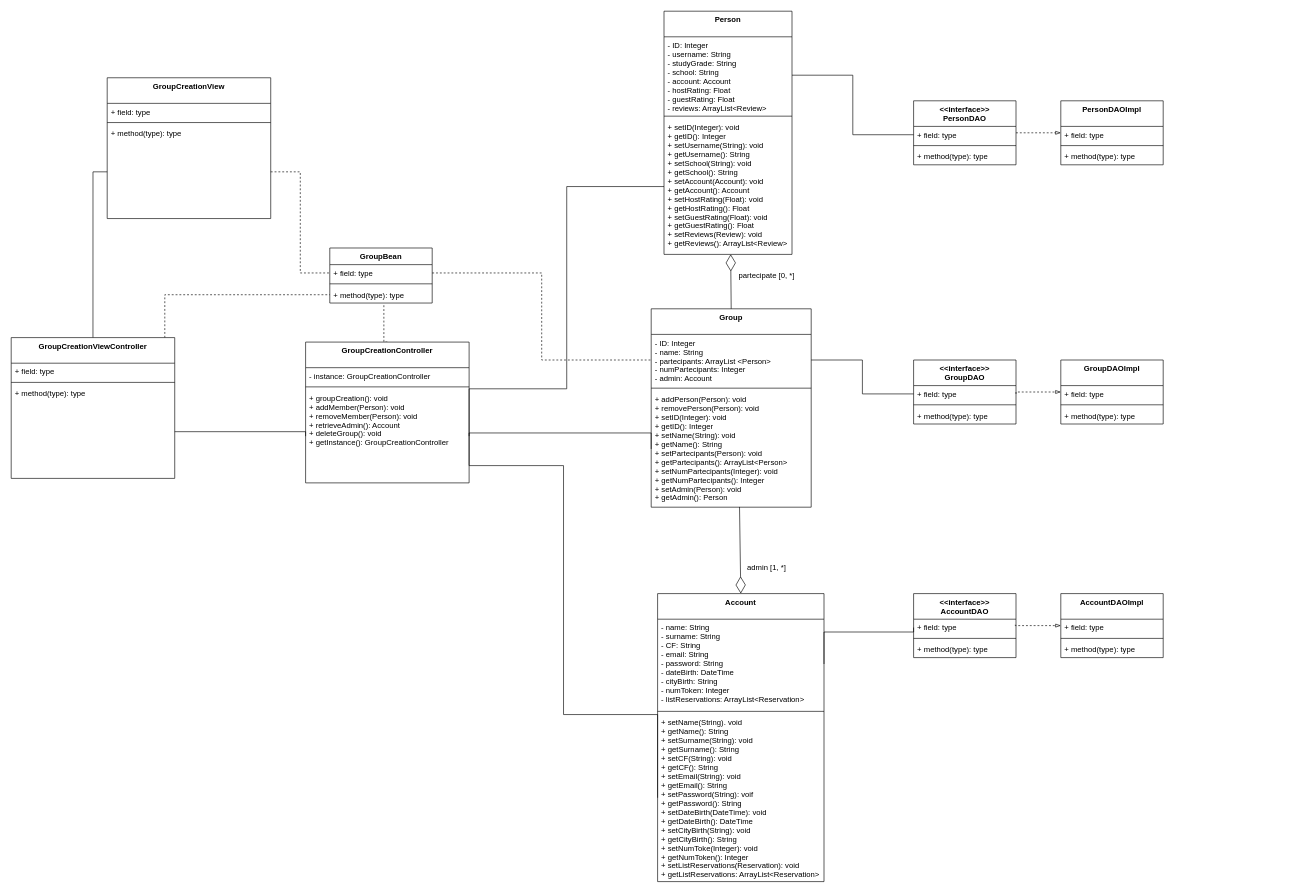
Before: Deliverables/Design Level Class Diagram/DLCD Create Study Group Dalena.drawio in nic-agos/DoveStudi, a draw.io diagram. Source tidied: cells renumbered, new cells numbered last; positions are measured from the earlier drawing's top-left corner, leaving out a move shared by most shapes. Both pictures are drawn from the tidied source at 64%, with x=0, y=0 at pixel (11, 11).
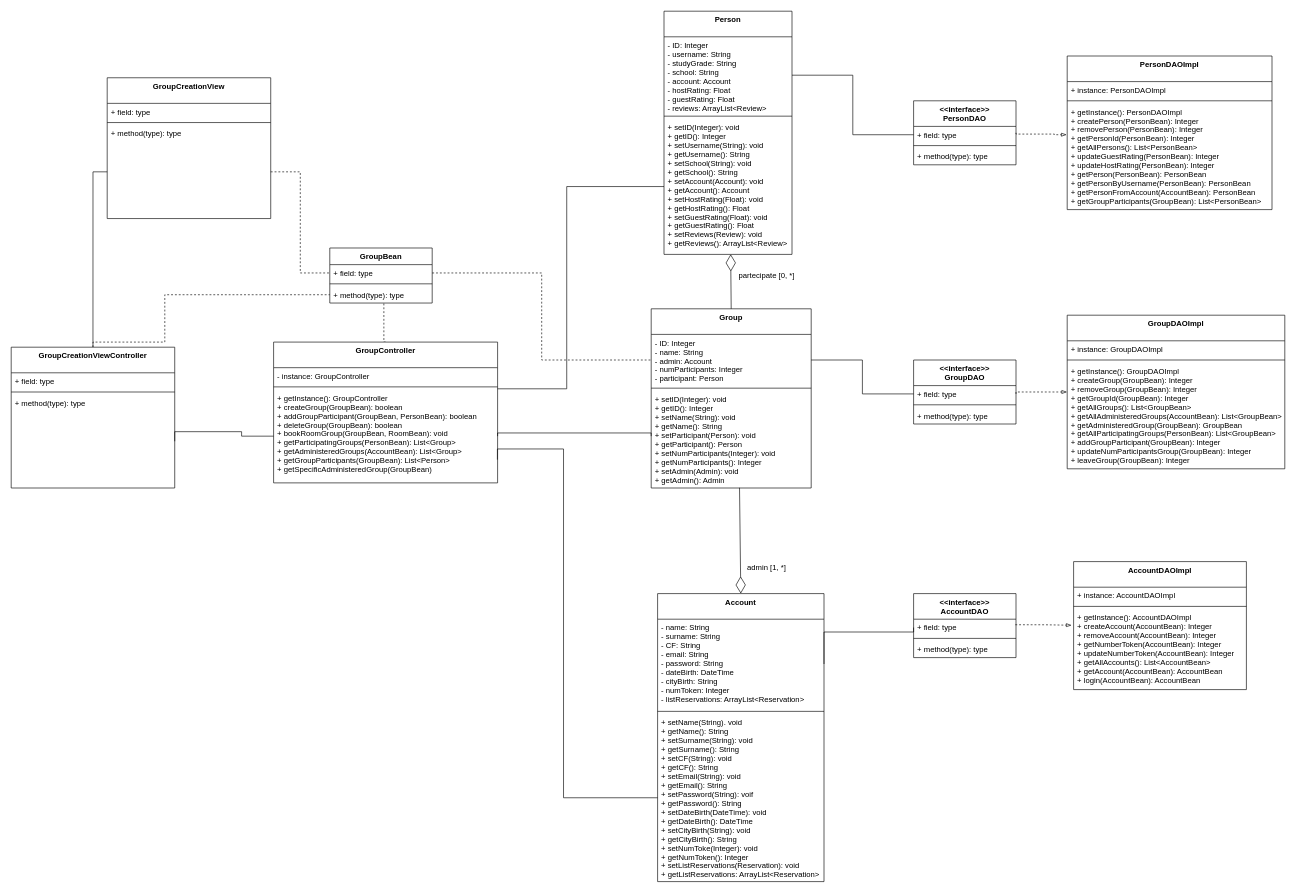
The same diagram, later.

The change refers to these unchanged cells:
```xml
<mxCell id="5" value="+ setName(String). void&#10;+ getName(): String&#10;+ setSurname(String): void&#10;+ getSurname(): String&#10;+ setCF(String): void&#10;+ getCF(): String&#10;+ setEmail(String): void&#10;+ getEmail(): String&#10;+ setPassword(String): voif&#10;+ getPassword(): String&#10;+ setDateBirth(DateTime): void&#10;+ getDateBirth(): DateTime&#10;+ setCityBirth(String): void&#10;+ getCityBirth(): String&#10;+ setNumToke(Integer): void&#10;+ getNumToken(): Integer&#10;+ setListReservations(Reservation): void&#10;+ getListReservations: ArrayList&lt;Reservation&gt;&#10;&#10;" style="text;strokeColor=none;fillColor=none;align=left;verticalAlign=top;spacingLeft=4;spacingRight=4;overflow=hidden;points=[[0,0.5],[1,0.5]];portConstraint=eastwest;" parent="2" vertex="1">
  <mxGeometry y="188" width="260" height="262" as="geometry" />
</mxCell>
<mxCell id="13" value="+ setID(Integer): void&#10;+ getID(): Integer&#10;+ setUsername(String): void&#10;+ getUsername(): String&#10;+ setSchool(String): void&#10;+ getSchool(): String&#10;+ setAccount(Account): void&#10;+ getAccount(): Account&#10;+ setHostRating(Float): void&#10;+ getHostRating(): Float&#10;+ setGuestRating(Float): void&#10;+ getGuestRating(): Float&#10;+ setReviews(Review): void&#10;+ getReviews(): ArrayList&lt;Review&gt;" style="text;strokeColor=none;fillColor=none;align=left;verticalAlign=top;spacingLeft=4;spacingRight=4;overflow=hidden;points=[[0,0.5],[1,0.5]];portConstraint=eastwest;" parent="10" vertex="1">
  <mxGeometry y="168" width="200" height="212" as="geometry" />
</mxCell>
<mxCell id="19" value="&lt;&lt;interface&gt;&gt;&#10;PersonDAO" style="swimlane;fontStyle=1;align=center;verticalAlign=top;horizontal=1;startSize=40;" parent="1" vertex="1">
  <mxGeometry x="1410" y="140" width="160" height="100" as="geometry" />
</mxCell>
<mxCell id="29" value="+ field: type" style="text;strokeColor=none;fillColor=none;align=left;verticalAlign=top;spacingLeft=4;spacingRight=4;overflow=hidden;points=[[0,0.5],[1,0.5]];portConstraint=eastwest;" parent="28" vertex="1">
  <mxGeometry y="40" width="160" height="26" as="geometry" />
</mxCell>
<mxCell id="38" value="+ field: type" style="text;strokeColor=none;fillColor=none;align=left;verticalAlign=top;spacingLeft=4;spacingRight=4;overflow=hidden;points=[[0,0.5],[1,0.5]];portConstraint=eastwest;" parent="37" vertex="1">
  <mxGeometry y="40" width="160" height="26" as="geometry" />
</mxCell>
<mxCell id="58" value="+ method(type): type" style="text;strokeColor=none;fillColor=none;align=left;verticalAlign=top;spacingLeft=4;spacingRight=4;overflow=hidden;points=[[0,0.5],[1,0.5]];portConstraint=eastwest;" parent="55" vertex="1">
  <mxGeometry y="74" width="255.5" height="146" as="geometry" />
</mxCell>
```

Change to the diagram source:
```diff
@@
     <mxCell id="6" value="Group" style="swimlane;fontStyle=1;align=center;verticalAlign=top;horizontal=1;startSize=40;" parent="1" vertex="1">
-      <mxGeometry x="1000" y="465" width="250" height="310" as="geometry" />
+      <mxGeometry x="1000" y="465" width="250" height="280" as="geometry" />
     </mxCell>
-    <mxCell id="7" value="- ID: Integer&#10;- name: String&#10;- partecipants: ArrayList &lt;Person&gt;&#10;- numPartecipants: Integer&#10;- admin: Account&#10;" style="text;strokeColor=none;fillColor=none;align=left;verticalAlign=top;spacingLeft=4;spacingRight=4;overflow=hidden;points=[[0,0.5],[1,0.5]];portConstraint=eastwest;" parent="6" vertex="1">
+    <mxCell id="7" value="- ID: Integer&#10;- name: String&#10;- admin: Account&#10;- numParticipants: Integer&#10;- participant: Person&#10;" style="text;strokeColor=none;fillColor=none;align=left;verticalAlign=top;spacingLeft=4;spacingRight=4;overflow=hidden;points=[[0,0.5],[1,0.5]];portConstraint=eastwest;" parent="6" vertex="1">
       <mxGeometry y="40" width="250" height="80" as="geometry" />
     </mxCell>
@@
-    <mxCell id="9" value="+ addPerson(Person): void&#10;+ removePerson(Person): void&#10;+ setID(Integer): void&#10;+ getID(): Integer&#10;+ setName(String): void&#10;+ getName(): String&#10;+ setPartecipants(Person): void&#10;+ getPartecipants(): ArrayList&lt;Person&gt;&#10;+ setNumPartecipants(Integer): void&#10;+ getNumPartecipants(): Integer&#10;+ setAdmin(Person): void&#10;+ getAdmin(): Person" style="text;strokeColor=none;fillColor=none;align=left;verticalAlign=top;spacingLeft=4;spacingRight=4;overflow=hidden;points=[[0,0.5],[1,0.5]];portConstraint=eastwest;" parent="6" vertex="1">
-      <mxGeometry y="128" width="250" height="182" as="geometry" />
+    <mxCell id="9" value="+ setID(Integer): void&#10;+ getID(): Integer&#10;+ setName(String): void&#10;+ getName(): String&#10;+ setParticipant(Person): void&#10;+ getParticipant(): Person&#10;+ setNumParticipants(Integer): void&#10;+ getNumParticipants(): Integer&#10;+ setAdmin(Admin): void&#10;+ getAdmin(): Admin" style="text;strokeColor=none;fillColor=none;align=left;verticalAlign=top;spacingLeft=4;spacingRight=4;overflow=hidden;points=[[0,0.5],[1,0.5]];portConstraint=eastwest;" parent="6" vertex="1">
+      <mxGeometry y="128" width="250" height="152" as="geometry" />
     </mxCell>
@@
-    <mxCell id="15" value="GroupCreationController" style="swimlane;fontStyle=1;align=center;verticalAlign=top;horizontal=1;startSize=40;" parent="1" vertex="1">
-      <mxGeometry x="460" y="517" width="255.5" height="220" as="geometry" />
+    <mxCell id="15" value="GroupController" style="swimlane;fontStyle=1;align=center;verticalAlign=top;horizontal=1;startSize=40;" parent="1" vertex="1">
+      <mxGeometry x="410" y="517" width="350" height="220" as="geometry" />
     </mxCell>
-    <mxCell id="16" value="- instance: GroupCreationController" style="text;strokeColor=none;fillColor=none;align=left;verticalAlign=top;spacingLeft=4;spacingRight=4;overflow=hidden;" parent="15" vertex="1">
-      <mxGeometry y="40" width="255.5" height="26" as="geometry" />
+    <mxCell id="16" value="- instance: GroupController" style="text;strokeColor=none;fillColor=none;align=left;verticalAlign=top;spacingLeft=4;spacingRight=4;overflow=hidden;" parent="15" vertex="1">
+      <mxGeometry y="40" width="350" height="26" as="geometry" />
     </mxCell>
     <mxCell id="17" style="line;strokeWidth=1;fillColor=none;align=left;verticalAlign=middle;spacingTop=-1;spacingLeft=3;spacingRight=3;labelPosition=right;" parent="15" vertex="1">
-      <mxGeometry y="66" width="255.5" height="8" as="geometry" />
+      <mxGeometry y="66" width="350" height="8" as="geometry" />
     </mxCell>
-    <mxCell id="18" value="+ groupCreation(): void&#10;+ addMember(Person): void&#10;+ removeMember(Person): void&#10;+ retrieveAdmin(): Account&#10;+ deleteGroup(): void&#10;+ getInstance(): GroupCreationController" style="text;strokeColor=none;fillColor=none;align=left;verticalAlign=top;spacingLeft=4;spacingRight=4;overflow=hidden;points=[[0,0.5],[1,0.5]];portConstraint=eastwest;" parent="15" vertex="1">
-      <mxGeometry y="74" width="255.5" height="146" as="geometry" />
+    <mxCell id="18" value="+ getInstance(): GroupController&#10;+ createGroup(GroupBean): boolean&#10;+ addGroupParticipant(GroupBean, PersonBean): boolean&#10;+ deleteGroup(GroupBean): boolean&#10;+ bookRoomGroup(GroupBean, RoomBean): void&#10;+ getParticipatingGroups(PersonBean): List&lt;Group&gt;&#10;+ getAdministeredGroups(AccountBean): List&lt;Group&gt;&#10;+ getGroupParticipants(GroupBean): List&lt;Person&gt;&#10;+ getSpecificAdministeredGroup(GroupBean)" style="text;strokeColor=none;fillColor=none;align=left;verticalAlign=top;spacingLeft=4;spacingRight=4;overflow=hidden;points=[[0,0.5],[1,0.5]];portConstraint=eastwest;" parent="15" vertex="1">
+      <mxGeometry y="74" width="350" height="146" as="geometry" />
     </mxCell>
@@
-    <mxCell id="23" style="edgeStyle=orthogonalEdgeStyle;rounded=0;jettySize=auto;html=1;endArrow=blockThin;endFill=0;dashed=1;exitX=1;exitY=0.5;exitDx=0;exitDy=0;" parent="1" edge="1" source="19" target="24">
-      <mxGeometry relative="1" as="geometry" />
+    <mxCell id="23" style="edgeStyle=orthogonalEdgeStyle;rounded=0;jettySize=auto;html=1;endArrow=blockThin;endFill=0;dashed=1;exitX=1;exitY=0.5;exitDx=0;exitDy=0;entryX=-0.003;entryY=0.295;entryDx=0;entryDy=0;entryPerimeter=0;" parent="1" edge="1" source="19" target="78">
+      <mxGeometry relative="1" as="geometry">
+        <Array as="points">
+          <mxPoint x="1570" y="192" />
+          <mxPoint x="1630" y="192" />
+        </Array>
+      </mxGeometry>
     </mxCell>
-    <mxCell id="24" value="PersonDAOImpl" style="swimlane;fontStyle=1;align=center;verticalAlign=top;horizontal=1;startSize=40;" parent="1" vertex="1">
-      <mxGeometry x="1640" y="140" width="160" height="100" as="geometry" />
-    </mxCell>
-    <mxCell id="25" value="+ field: type" style="text;strokeColor=none;fillColor=none;align=left;verticalAlign=top;spacingLeft=4;spacingRight=4;overflow=hidden;" parent="24" vertex="1">
-      <mxGeometry y="40" width="160" height="26" as="geometry" />
-    </mxCell>
-    <mxCell id="26" style="line;strokeWidth=1;fillColor=none;align=left;verticalAlign=middle;spacingTop=-1;spacingLeft=3;spacingRight=3;labelPosition=right;" parent="24" vertex="1">
-      <mxGeometry y="66" width="160" height="8" as="geometry" />
-    </mxCell>
-    <mxCell id="27" value="+ method(type): type" style="text;strokeColor=none;fillColor=none;align=left;verticalAlign=top;spacingLeft=4;spacingRight=4;overflow=hidden;" parent="24" vertex="1">
-      <mxGeometry y="74" width="160" height="26" as="geometry" />
-    </mxCell>
@@
-    <mxCell id="32" style="edgeStyle=orthogonalEdgeStyle;rounded=0;jettySize=auto;html=1;endArrow=blockThin;endFill=0;dashed=1;exitX=1;exitY=0.5;exitDx=0;exitDy=0;" parent="1" edge="1" source="29" target="33">
+    <mxCell id="32" style="edgeStyle=orthogonalEdgeStyle;rounded=0;jettySize=auto;html=1;endArrow=blockThin;endFill=0;dashed=1;exitX=1;exitY=0.5;exitDx=0;exitDy=0;entryX=-0.001;entryY=0.277;entryDx=0;entryDy=0;entryPerimeter=0;" parent="1" edge="1" source="29" target="75">
       <mxGeometry relative="1" as="geometry">
         <Array as="points">
           <mxPoint x="1570" y="595" />
         </Array>
       </mxGeometry>
     </mxCell>
-    <mxCell id="33" value="GroupDAOImpl" style="swimlane;fontStyle=1;align=center;verticalAlign=top;horizontal=1;startSize=40;" parent="1" vertex="1">
-      <mxGeometry x="1640" y="545" width="160" height="100" as="geometry" />
-    </mxCell>
-    <mxCell id="34" value="+ field: type" style="text;strokeColor=none;fillColor=none;align=left;verticalAlign=top;spacingLeft=4;spacingRight=4;overflow=hidden;" parent="33" vertex="1">
-      <mxGeometry y="40" width="160" height="26" as="geometry" />
-    </mxCell>
-    <mxCell id="35" style="line;strokeWidth=1;fillColor=none;align=left;verticalAlign=middle;spacingTop=-1;spacingLeft=3;spacingRight=3;labelPosition=right;" parent="33" vertex="1">
-      <mxGeometry y="66" width="160" height="8" as="geometry" />
-    </mxCell>
-    <mxCell id="36" value="+ method(type): type" style="text;strokeColor=none;fillColor=none;align=left;verticalAlign=top;spacingLeft=4;spacingRight=4;overflow=hidden;" parent="33" vertex="1">
-      <mxGeometry y="74" width="160" height="26" as="geometry" />
-    </mxCell>
@@
-    <mxCell id="41" style="edgeStyle=orthogonalEdgeStyle;rounded=0;jettySize=auto;html=1;endArrow=blockThin;endFill=0;dashed=1;exitX=0.993;exitY=0.333;exitDx=0;exitDy=0;exitPerimeter=0;" parent="1" edge="1" source="38" target="42">
-      <mxGeometry relative="1" as="geometry">
-        <Array as="points">
-          <mxPoint x="1569" y="960" />
-        </Array>
-      </mxGeometry>
+    <mxCell id="41" style="edgeStyle=orthogonalEdgeStyle;rounded=0;jettySize=auto;html=1;endArrow=blockThin;endFill=0;dashed=1;exitX=0.993;exitY=0.333;exitDx=0;exitDy=0;exitPerimeter=0;entryX=-0.012;entryY=0.202;entryDx=0;entryDy=0;entryPerimeter=0;" parent="1" edge="1" source="38" target="81">
+      <mxGeometry relative="1" as="geometry" />
     </mxCell>
-    <mxCell id="42" value="AccountDAOImpl" style="swimlane;fontStyle=1;align=center;verticalAlign=top;horizontal=1;startSize=40;" parent="1" vertex="1">
-      <mxGeometry x="1640" y="910" width="160" height="100" as="geometry" />
-    </mxCell>
-    <mxCell id="43" value="+ field: type" style="text;strokeColor=none;fillColor=none;align=left;verticalAlign=top;spacingLeft=4;spacingRight=4;overflow=hidden;" parent="42" vertex="1">
-      <mxGeometry y="40" width="160" height="26" as="geometry" />
-    </mxCell>
-    <mxCell id="44" style="line;strokeWidth=1;fillColor=none;align=left;verticalAlign=middle;spacingTop=-1;spacingLeft=3;spacingRight=3;labelPosition=right;" parent="42" vertex="1">
-      <mxGeometry y="66" width="160" height="8" as="geometry" />
-    </mxCell>
-    <mxCell id="45" value="+ method(type): type" style="text;strokeColor=none;fillColor=none;align=left;verticalAlign=top;spacingLeft=4;spacingRight=4;overflow=hidden;" parent="42" vertex="1">
-      <mxGeometry y="74" width="160" height="26" as="geometry" />
-    </mxCell>
@@
     <mxCell id="55" value="GroupCreationViewController" style="swimlane;fontStyle=1;align=center;verticalAlign=top;horizontal=1;startSize=40;" parent="1" vertex="1">
-      <mxGeometry y="510" width="255.5" height="220" as="geometry" />
+      <mxGeometry y="525" width="255.5" height="220" as="geometry" />
     </mxCell>
@@
     <mxCell id="65" style="edgeStyle=orthogonalEdgeStyle;rounded=0;jettySize=auto;html=1;exitX=1;exitY=0.5;exitDx=0;exitDy=0;entryX=0;entryY=0.5;entryDx=0;entryDy=0;endArrow=none;endFill=0;" parent="1" edge="1" source="58" target="18">
       <mxGeometry relative="1" as="geometry">
         <Array as="points">
-          <mxPoint x="460" y="657" />
+          <mxPoint x="360" y="657" />
+          <mxPoint x="360" y="664" />
         </Array>
       </mxGeometry>
     </mxCell>
-    <mxCell id="66" style="edgeStyle=orthogonalEdgeStyle;rounded=0;jettySize=auto;html=1;exitX=1;exitY=0.5;exitDx=0;exitDy=0;entryX=0;entryY=0.5;entryDx=0;entryDy=0;endArrow=none;endFill=0;" parent="1" edge="1" source="18" target="9">
+    <mxCell id="66" style="edgeStyle=orthogonalEdgeStyle;rounded=0;jettySize=auto;html=1;exitX=1;exitY=0.5;exitDx=0;exitDy=0;endArrow=none;endFill=0;" parent="1" edge="1" source="18">
       <mxGeometry relative="1" as="geometry">
+        <mxPoint x="1000" y="664" as="targetPoint" />
         <Array as="points">
-          <mxPoint x="716" y="659" />
+          <mxPoint x="760" y="659" />
+          <mxPoint x="1000" y="659" />
         </Array>
       </mxGeometry>
     </mxCell>
-    <mxCell id="67" style="edgeStyle=orthogonalEdgeStyle;rounded=0;jettySize=auto;html=1;exitX=1;exitY=0.5;exitDx=0;exitDy=0;entryX=0;entryY=0.5;entryDx=0;entryDy=0;endArrow=none;endFill=0;" parent="1" edge="1" source="18" target="5">
+    <mxCell id="67" style="edgeStyle=orthogonalEdgeStyle;rounded=0;jettySize=auto;html=1;entryX=0;entryY=0.5;entryDx=0;entryDy=0;endArrow=none;endFill=0;exitX=0.999;exitY=0.751;exitDx=0;exitDy=0;exitPerimeter=0;" parent="1" edge="1" source="18" target="5">
       <mxGeometry relative="1" as="geometry">
         <Array as="points">
-          <mxPoint x="716" y="710" />
-          <mxPoint x="863" y="710" />
-          <mxPoint x="863" y="1099" />
+          <mxPoint x="760" y="684" />
+          <mxPoint x="863" y="684" />
+          <mxPoint x="863" y="1229" />
         </Array>
       </mxGeometry>
     </mxCell>
-    <mxCell id="68" style="edgeStyle=orthogonalEdgeStyle;rounded=0;jettySize=auto;html=1;exitX=1;exitY=0.5;exitDx=0;exitDy=0;endArrow=none;endFill=0;" parent="1" edge="1" source="18" target="13">
+    <mxCell id="68" style="edgeStyle=orthogonalEdgeStyle;rounded=0;jettySize=auto;html=1;endArrow=none;endFill=0;" parent="1" edge="1" target="13">
       <mxGeometry relative="1" as="geometry">
+        <mxPoint x="760" y="590" as="sourcePoint" />
         <Array as="points">
-          <mxPoint x="716" y="590" />
+          <mxPoint x="760" y="590" />
           <mxPoint x="868" y="590" />
           <mxPoint x="868" y="274" />
         </Array>
       </mxGeometry>
     </mxCell>
@@
+    <mxCell id="33" value="GroupDAOImpl" style="swimlane;fontStyle=1;align=center;verticalAlign=top;horizontal=1;startSize=40;" parent="1" vertex="1">
+      <mxGeometry x="1650" y="475" width="340" height="240" as="geometry" />
+    </mxCell>
+    <mxCell id="73" value="+ instance: GroupDAOImpl" style="text;strokeColor=none;fillColor=none;align=left;verticalAlign=top;spacingLeft=4;spacingRight=4;overflow=hidden;" parent="33" vertex="1">
+      <mxGeometry y="40" width="340" height="26" as="geometry" />
+    </mxCell>
+    <mxCell id="74" style="line;strokeWidth=1;fillColor=none;align=left;verticalAlign=middle;spacingTop=-1;spacingLeft=3;spacingRight=3;labelPosition=right;" parent="33" vertex="1">
+      <mxGeometry y="66" width="340" height="8" as="geometry" />
+    </mxCell>
+    <mxCell id="75" value="+ getInstance(): GroupDAOImpl&#10;+ createGroup(GroupBean): Integer&#10;+ removeGroup(GroupBean): Integer&#10;+ getGroupId(GroupBean): Integer&#10;+ getAllGroups(): List&lt;GroupBean&gt;&#10;+ getAllAdministeredGroups(AccountBean): List&lt;GroupBean&gt;&#10;+ getAdministeredGroup(GroupBean): GroupBean&#10;+ getAllParticipatingGroups(PersonBean): List&lt;GroupBean&gt;&#10;+ addGroupParticipant(GroupBean): Integer&#10;+ updateNumParticipantsGroup(GroupBean): Integer&#10;+ leaveGroup(GroupBean): Integer" style="text;strokeColor=none;fillColor=none;align=left;verticalAlign=top;spacingLeft=4;spacingRight=4;overflow=hidden;points=[[0,0.5],[1,0.5]];portConstraint=eastwest;" parent="33" vertex="1">
+      <mxGeometry y="74" width="340" height="166" as="geometry" />
+    </mxCell>
+    <mxCell id="24" value="PersonDAOImpl" style="swimlane;fontStyle=1;align=center;verticalAlign=top;horizontal=1;startSize=40;" parent="1" vertex="1">
+      <mxGeometry x="1650" y="70" width="320" height="240" as="geometry" />
+    </mxCell>
+    <mxCell id="76" value="+ instance: PersonDAOImpl" style="text;strokeColor=none;fillColor=none;align=left;verticalAlign=top;spacingLeft=4;spacingRight=4;overflow=hidden;" parent="24" vertex="1">
+      <mxGeometry y="40" width="320" height="26" as="geometry" />
+    </mxCell>
+    <mxCell id="77" style="line;strokeWidth=1;fillColor=none;align=left;verticalAlign=middle;spacingTop=-1;spacingLeft=3;spacingRight=3;labelPosition=right;" parent="24" vertex="1">
+      <mxGeometry y="66" width="320" height="8" as="geometry" />
+    </mxCell>
+    <mxCell id="78" value="+ getInstance(): PersonDAOImpl&#10;+ createPerson(PersonBean): Integer&#10;+ removePerson(PersonBean): Integer&#10;+ getPersonId(PersonBean): Integer&#10;+ getAllPersons(): List&lt;PersonBean&gt;&#10;+ updateGuestRating(PersonBean): Integer&#10;+ updateHostRating(PersonBean): Integer&#10;+ getPerson(PersonBean): PersonBean&#10;+ getPersonByUsername(PersonBean): PersonBean&#10;+ getPersonFromAccount(AccountBean): PersonBean&#10;+ getGroupParticipants(GroupBean): List&lt;PersonBean&gt;" style="text;strokeColor=none;fillColor=none;align=left;verticalAlign=top;spacingLeft=4;spacingRight=4;overflow=hidden;points=[[0,0.5],[1,0.5]];portConstraint=eastwest;" parent="24" vertex="1">
+      <mxGeometry y="74" width="320" height="166" as="geometry" />
+    </mxCell>
+    <mxCell id="42" value="AccountDAOImpl" style="swimlane;fontStyle=1;align=center;verticalAlign=top;horizontal=1;startSize=40;" parent="1" vertex="1">
+      <mxGeometry x="1660" y="860" width="270" height="200" as="geometry" />
+    </mxCell>
+    <mxCell id="79" value="+ instance: AccountDAOImpl" style="text;strokeColor=none;fillColor=none;align=left;verticalAlign=top;spacingLeft=4;spacingRight=4;overflow=hidden;" parent="42" vertex="1">
+      <mxGeometry y="40" width="270" height="26" as="geometry" />
+    </mxCell>
+    <mxCell id="80" style="line;strokeWidth=1;fillColor=none;align=left;verticalAlign=middle;spacingTop=-1;spacingLeft=3;spacingRight=3;labelPosition=right;" parent="42" vertex="1">
+      <mxGeometry y="66" width="270" height="8" as="geometry" />
+    </mxCell>
+    <mxCell id="81" value="+ getInstance(): AccountDAOImpl&#10;+ createAccount(AccountBean): Integer&#10;+ removeAccount(AccountBean): Integer&#10;+ getNumberToken(AccountBean): Integer&#10;+ updateNumberToken(AccountBean): Integer&#10;+ getAllAccounts(): List&lt;AccountBean&gt;&#10;+ getAccount(AccountBean): AccountBean&#10;+ login(AccountBean): AccountBean" style="text;strokeColor=none;fillColor=none;align=left;verticalAlign=top;spacingLeft=4;spacingRight=4;overflow=hidden;points=[[0,0.5],[1,0.5]];portConstraint=eastwest;" parent="42" vertex="1">
+      <mxGeometry y="74" width="270" height="126" as="geometry" />
+    </mxCell>
```
